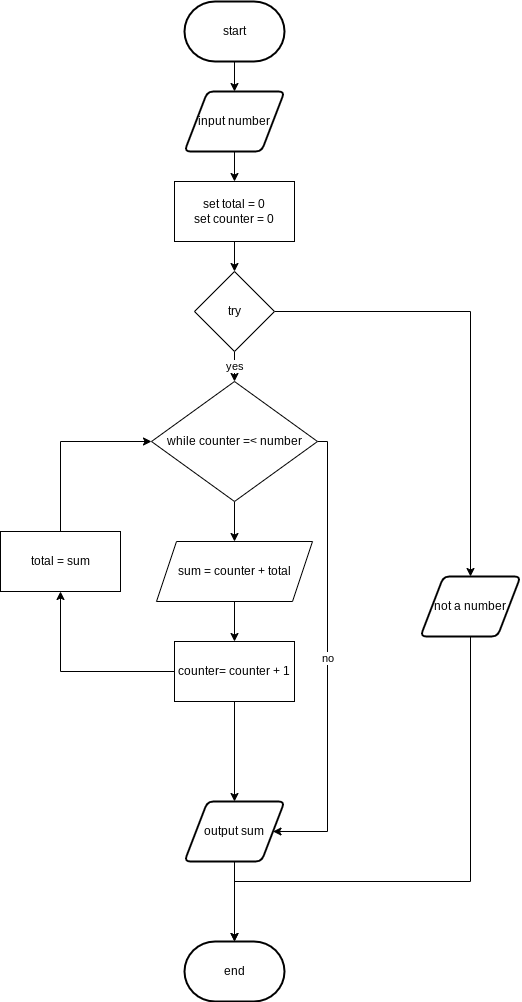
devin-jhu/ICS3U-4-04-Python keeps this draw.io diagram as flow.png. Above is the earlier version. Source tidied: cells renumbered, new cells last; positions are measured from the earlier drawing's top-left corner, leaving out a move shared by most shapes.
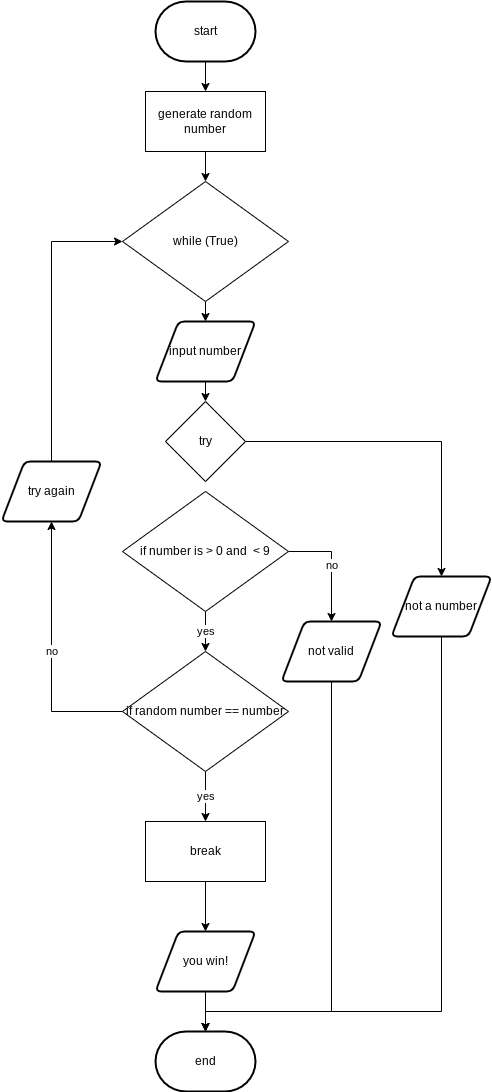
The same diagram one commit later.

Diff of the diagram source:
```diff
@@ -2,90 +2,101 @@
   <root>
     <mxCell id="0" />
     <mxCell id="1" parent="0" />
-    <mxCell id="2" style="edgeStyle=none;html=1;exitX=0.5;exitY=1;exitDx=0;exitDy=0;exitPerimeter=0;entryX=0.5;entryY=0;entryDx=0;entryDy=0;" parent="1" edge="1" source="3" target="5">
-      <mxGeometry relative="1" as="geometry" />
-    </mxCell>
+    <mxCell id="27" style="edgeStyle=orthogonalEdgeStyle;shape=connector;rounded=0;html=1;exitX=0.5;exitY=1;exitDx=0;exitDy=0;exitPerimeter=0;labelBackgroundColor=default;fontFamily=Helvetica;fontSize=11;fontColor=default;endArrow=classic;strokeColor=default;" parent="1" edge="1" source="3" target="18">
+      <mxGeometry relative="1" as="geometry" />
+    </mxCell>
     <mxCell id="3" value="start" style="strokeWidth=2;html=1;shape=mxgraph.flowchart.terminator;whiteSpace=wrap;" parent="1" vertex="1">
       <mxGeometry x="184" width="100" height="60" as="geometry" />
     </mxCell>
-    <mxCell id="4" style="edgeStyle=none;html=1;exitX=0.5;exitY=1;exitDx=0;exitDy=0;" parent="1" edge="1" source="5" target="18">
-      <mxGeometry relative="1" as="geometry" />
-    </mxCell>
-    <mxCell id="5" value="input number" style="shape=parallelogram;html=1;strokeWidth=2;perimeter=parallelogramPerimeter;whiteSpace=wrap;rounded=1;arcSize=12;size=0.23;" parent="1" vertex="1">
-      <mxGeometry x="184" y="90" width="100" height="60" as="geometry" />
-    </mxCell>
     <mxCell id="6" style="edgeStyle=none;html=1;exitX=0.5;exitY=1;exitDx=0;exitDy=0;entryX=0.5;entryY=0;entryDx=0;entryDy=0;entryPerimeter=0;" parent="1" edge="1" source="7" target="8">
       <mxGeometry relative="1" as="geometry" />
     </mxCell>
-    <mxCell id="7" value="output sum" style="shape=parallelogram;html=1;strokeWidth=2;perimeter=parallelogramPerimeter;whiteSpace=wrap;rounded=1;arcSize=12;size=0.23;" parent="1" vertex="1">
-      <mxGeometry x="184" y="800" width="100" height="60" as="geometry" />
+    <mxCell id="7" value="you win!" style="shape=parallelogram;html=1;strokeWidth=2;perimeter=parallelogramPerimeter;whiteSpace=wrap;rounded=1;arcSize=12;size=0.23;" parent="1" vertex="1">
+      <mxGeometry x="184" y="930" width="100" height="60" as="geometry" />
     </mxCell>
     <mxCell id="8" value="end" style="strokeWidth=2;html=1;shape=mxgraph.flowchart.terminator;whiteSpace=wrap;" parent="1" vertex="1">
-      <mxGeometry x="184" y="940" width="100" height="60" as="geometry" />
+      <mxGeometry x="184" y="1030" width="100" height="60" as="geometry" />
     </mxCell>
-    <mxCell id="9" value="yes" style="edgeStyle=none;html=1;exitX=0.5;exitY=1;exitDx=0;exitDy=0;entryX=0.5;entryY=0;entryDx=0;entryDy=0;" parent="1" edge="1" source="11" target="14">
-      <mxGeometry relative="1" as="geometry" />
-    </mxCell>
     <mxCell id="10" style="edgeStyle=orthogonalEdgeStyle;shape=connector;rounded=0;html=1;exitX=1;exitY=0.5;exitDx=0;exitDy=0;labelBackgroundColor=default;fontFamily=Helvetica;fontSize=11;fontColor=default;endArrow=classic;strokeColor=default;entryX=0.5;entryY=0;entryDx=0;entryDy=0;" parent="1" edge="1" source="11" target="26">
       <mxGeometry relative="1" as="geometry" />
     </mxCell>
     <mxCell id="11" value="try" style="rhombus;whiteSpace=wrap;html=1;" parent="1" vertex="1">
-      <mxGeometry x="194" y="270" width="80" height="80" as="geometry" />
+      <mxGeometry x="194" y="400" width="80" height="80" as="geometry" />
     </mxCell>
-    <mxCell id="12" style="edgeStyle=none;html=1;entryX=0.5;entryY=0;entryDx=0;entryDy=0;" parent="1" edge="1" source="14" target="16">
-      <mxGeometry relative="1" as="geometry" />
-    </mxCell>
-    <mxCell id="13" value="no" style="edgeStyle=orthogonalEdgeStyle;shape=connector;rounded=0;html=1;exitX=1;exitY=0.5;exitDx=0;exitDy=0;labelBackgroundColor=default;fontFamily=Helvetica;fontSize=11;fontColor=default;endArrow=classic;strokeColor=default;entryX=1;entryY=0.5;entryDx=0;entryDy=0;" parent="1" edge="1" source="14" target="7">
-      <mxGeometry relative="1" as="geometry">
-        <Array as="points">
-          <mxPoint x="327" y="440" />
-          <mxPoint x="327" y="830" />
-        </Array>
-      </mxGeometry>
-    </mxCell>
-    <mxCell id="14" value="while counter =&amp;lt; number" style="rhombus;whiteSpace=wrap;html=1;" parent="1" vertex="1">
-      <mxGeometry x="151" y="380" width="166" height="120" as="geometry" />
-    </mxCell>
-    <mxCell id="15" style="edgeStyle=none;html=1;exitX=0.5;exitY=1;exitDx=0;exitDy=0;" parent="1" edge="1" source="16" target="22">
-      <mxGeometry relative="1" as="geometry" />
-    </mxCell>
-    <mxCell id="16" value="sum = counter + total" style="shape=parallelogram;perimeter=parallelogramPerimeter;whiteSpace=wrap;html=1;fixedSize=1;" parent="1" vertex="1">
-      <mxGeometry x="156" y="540" width="156" height="60" as="geometry" />
-    </mxCell>
-    <mxCell id="17" style="edgeStyle=none;html=1;exitX=0.5;exitY=1;exitDx=0;exitDy=0;entryX=0.5;entryY=0;entryDx=0;entryDy=0;" parent="1" edge="1" source="18" target="11">
-      <mxGeometry relative="1" as="geometry" />
-    </mxCell>
+    <mxCell id="28" style="edgeStyle=orthogonalEdgeStyle;shape=connector;rounded=0;html=1;exitX=0.5;exitY=1;exitDx=0;exitDy=0;entryX=0.5;entryY=0;entryDx=0;entryDy=0;labelBackgroundColor=default;fontFamily=Helvetica;fontSize=11;fontColor=default;endArrow=classic;strokeColor=default;" parent="1" edge="1" source="18" target="34">
+      <mxGeometry relative="1" as="geometry" />
+    </mxCell>
-    <mxCell id="18" value="set total = 0&lt;br&gt;set counter = 0" style="rounded=0;whiteSpace=wrap;html=1;" parent="1" vertex="1">
-      <mxGeometry x="174" y="180" width="120" height="60" as="geometry" />
+    <mxCell id="18" value="generate random number" style="rounded=0;whiteSpace=wrap;html=1;" parent="1" vertex="1">
+      <mxGeometry x="174" y="90" width="120" height="60" as="geometry" />
     </mxCell>
-    <mxCell id="19" style="edgeStyle=orthogonalEdgeStyle;html=1;exitX=0;exitY=0.5;exitDx=0;exitDy=0;entryX=0;entryY=0.5;entryDx=0;entryDy=0;strokeColor=none;" parent="1" edge="1" source="22" target="14">
-      <mxGeometry relative="1" as="geometry" />
+    <mxCell id="19" style="edgeStyle=orthogonalEdgeStyle;html=1;exitX=0;exitY=0.5;exitDx=0;exitDy=0;entryX=0;entryY=0.5;entryDx=0;entryDy=0;strokeColor=none;" parent="1" edge="1" source="22">
+      <mxGeometry relative="1" as="geometry">
+        <mxPoint x="151" y="440" as="targetPoint" />
+      </mxGeometry>
     </mxCell>
-    <mxCell id="20" style="edgeStyle=orthogonalEdgeStyle;html=1;exitX=0;exitY=0.5;exitDx=0;exitDy=0;rounded=0;" parent="1" edge="1" source="22" target="24">
-      <mxGeometry relative="1" as="geometry" />
-    </mxCell>
     <mxCell id="21" style="edgeStyle=orthogonalEdgeStyle;shape=connector;rounded=0;html=1;exitX=0.5;exitY=1;exitDx=0;exitDy=0;entryX=0.5;entryY=0;entryDx=0;entryDy=0;labelBackgroundColor=default;fontFamily=Helvetica;fontSize=11;fontColor=default;endArrow=classic;strokeColor=default;" parent="1" edge="1" source="22" target="7">
       <mxGeometry relative="1" as="geometry" />
     </mxCell>
-    <mxCell id="22" value="counter= counter + 1" style="rounded=0;whiteSpace=wrap;html=1;" parent="1" vertex="1">
-      <mxGeometry x="174" y="640" width="120" height="60" as="geometry" />
+    <mxCell id="22" value="break" style="rounded=0;whiteSpace=wrap;html=1;" parent="1" vertex="1">
+      <mxGeometry x="174" y="820" width="120" height="60" as="geometry" />
     </mxCell>
-    <mxCell id="23" style="edgeStyle=orthogonalEdgeStyle;html=1;exitX=0.5;exitY=0;exitDx=0;exitDy=0;entryX=0;entryY=0.5;entryDx=0;entryDy=0;rounded=0;" parent="1" edge="1" source="24" target="14">
-      <mxGeometry relative="1" as="geometry" />
-    </mxCell>
-    <mxCell id="24" value="total = sum" style="rounded=0;whiteSpace=wrap;html=1;" parent="1" vertex="1">
-      <mxGeometry y="530" width="120" height="60" as="geometry" />
-    </mxCell>
     <mxCell id="25" style="edgeStyle=orthogonalEdgeStyle;shape=connector;rounded=0;html=1;exitX=0.5;exitY=1;exitDx=0;exitDy=0;entryX=0.5;entryY=0;entryDx=0;entryDy=0;entryPerimeter=0;labelBackgroundColor=default;fontFamily=Helvetica;fontSize=11;fontColor=default;endArrow=classic;strokeColor=default;" parent="1" edge="1" source="26" target="8">
       <mxGeometry relative="1" as="geometry">
         <Array as="points">
-          <mxPoint x="470" y="880" />
-          <mxPoint x="234" y="880" />
+          <mxPoint x="470" y="1010" />
+          <mxPoint x="234" y="1010" />
         </Array>
       </mxGeometry>
     </mxCell>
     <mxCell id="26" value="not a number" style="shape=parallelogram;html=1;strokeWidth=2;perimeter=parallelogramPerimeter;whiteSpace=wrap;rounded=1;arcSize=12;size=0.23;" parent="1" vertex="1">
       <mxGeometry x="420" y="575" width="100" height="60" as="geometry" />
     </mxCell>
+    <mxCell id="29" value="yes" style="edgeStyle=orthogonalEdgeStyle;shape=connector;rounded=0;html=1;exitX=0.5;exitY=1;exitDx=0;exitDy=0;entryX=0.5;entryY=0;entryDx=0;entryDy=0;labelBackgroundColor=default;fontFamily=Helvetica;fontSize=11;fontColor=default;endArrow=classic;strokeColor=default;" parent="1" edge="1" source="31" target="22">
+      <mxGeometry relative="1" as="geometry" />
+    </mxCell>
+    <mxCell id="30" value="no" style="edgeStyle=orthogonalEdgeStyle;shape=connector;rounded=0;html=1;exitX=0;exitY=0.5;exitDx=0;exitDy=0;entryX=0.5;entryY=1;entryDx=0;entryDy=0;labelBackgroundColor=default;fontFamily=Helvetica;fontSize=11;fontColor=default;endArrow=classic;strokeColor=default;" parent="1" edge="1" source="31" target="41">
+      <mxGeometry relative="1" as="geometry" />
+    </mxCell>
+    <mxCell id="31" value="if random number == number" style="rhombus;whiteSpace=wrap;html=1;" parent="1" vertex="1">
+      <mxGeometry x="151" y="650" width="166" height="120" as="geometry" />
+    </mxCell>
+    <mxCell id="32" style="edgeStyle=orthogonalEdgeStyle;shape=connector;rounded=0;html=1;exitX=0.5;exitY=1;exitDx=0;exitDy=0;entryX=0.5;entryY=0;entryDx=0;entryDy=0;labelBackgroundColor=default;fontFamily=Helvetica;fontSize=11;fontColor=default;endArrow=classic;strokeColor=default;" parent="1" edge="1" source="5" target="11">
+      <mxGeometry relative="1" as="geometry" />
+    </mxCell>
+    <mxCell id="5" value="input number" style="shape=parallelogram;html=1;strokeWidth=2;perimeter=parallelogramPerimeter;whiteSpace=wrap;rounded=1;arcSize=12;size=0.23;" parent="1" vertex="1">
+      <mxGeometry x="184" y="320" width="100" height="60" as="geometry" />
+    </mxCell>
+    <mxCell id="33" style="edgeStyle=orthogonalEdgeStyle;shape=connector;rounded=0;html=1;exitX=0.5;exitY=1;exitDx=0;exitDy=0;entryX=0.5;entryY=0;entryDx=0;entryDy=0;labelBackgroundColor=default;fontFamily=Helvetica;fontSize=11;fontColor=default;endArrow=classic;strokeColor=default;" parent="1" edge="1" source="34" target="5">
+      <mxGeometry relative="1" as="geometry" />
+    </mxCell>
+    <mxCell id="34" value="while (True)" style="rhombus;whiteSpace=wrap;html=1;" parent="1" vertex="1">
+      <mxGeometry x="151" y="180" width="166" height="120" as="geometry" />
+    </mxCell>
+    <mxCell id="35" value="yes" style="edgeStyle=orthogonalEdgeStyle;shape=connector;rounded=0;html=1;exitX=0.5;exitY=1;exitDx=0;exitDy=0;labelBackgroundColor=default;fontFamily=Helvetica;fontSize=11;fontColor=default;endArrow=classic;strokeColor=default;" parent="1" edge="1" source="37" target="31">
+      <mxGeometry relative="1" as="geometry" />
+    </mxCell>
+    <mxCell id="36" value="no" style="edgeStyle=orthogonalEdgeStyle;shape=connector;rounded=0;html=1;exitX=1;exitY=0.5;exitDx=0;exitDy=0;entryX=0.5;entryY=0;entryDx=0;entryDy=0;labelBackgroundColor=default;fontFamily=Helvetica;fontSize=11;fontColor=default;endArrow=classic;strokeColor=default;" parent="1" edge="1" source="37" target="39">
+      <mxGeometry relative="1" as="geometry" />
+    </mxCell>
+    <mxCell id="37" value="if number is &amp;gt; 0 and&amp;nbsp; &amp;lt; 9" style="rhombus;whiteSpace=wrap;html=1;" parent="1" vertex="1">
+      <mxGeometry x="151" y="490" width="166" height="120" as="geometry" />
+    </mxCell>
+    <mxCell id="38" style="edgeStyle=orthogonalEdgeStyle;shape=connector;rounded=0;html=1;exitX=0.5;exitY=1;exitDx=0;exitDy=0;entryX=0.5;entryY=0;entryDx=0;entryDy=0;entryPerimeter=0;labelBackgroundColor=default;fontFamily=Helvetica;fontSize=11;fontColor=default;endArrow=classic;strokeColor=default;" parent="1" edge="1" source="39" target="8">
+      <mxGeometry relative="1" as="geometry">
+        <Array as="points">
+          <mxPoint x="360" y="1010" />
+          <mxPoint x="234" y="1010" />
+        </Array>
+      </mxGeometry>
+    </mxCell>
+    <mxCell id="39" value="not valid" style="shape=parallelogram;html=1;strokeWidth=2;perimeter=parallelogramPerimeter;whiteSpace=wrap;rounded=1;arcSize=12;size=0.23;" parent="1" vertex="1">
+      <mxGeometry x="310" y="620" width="100" height="60" as="geometry" />
+    </mxCell>
+    <mxCell id="40" style="edgeStyle=orthogonalEdgeStyle;shape=connector;rounded=0;html=1;exitX=0.5;exitY=0;exitDx=0;exitDy=0;entryX=0;entryY=0.5;entryDx=0;entryDy=0;labelBackgroundColor=default;fontFamily=Helvetica;fontSize=11;fontColor=default;endArrow=classic;strokeColor=default;" parent="1" edge="1" source="41" target="34">
+      <mxGeometry relative="1" as="geometry" />
+    </mxCell>
+    <mxCell id="41" value="try again" style="shape=parallelogram;html=1;strokeWidth=2;perimeter=parallelogramPerimeter;whiteSpace=wrap;rounded=1;arcSize=12;size=0.23;" parent="1" vertex="1">
+      <mxGeometry x="30" y="460" width="100" height="60" as="geometry" />
+    </mxCell>
   </root>
 </mxGraphModel>
```
